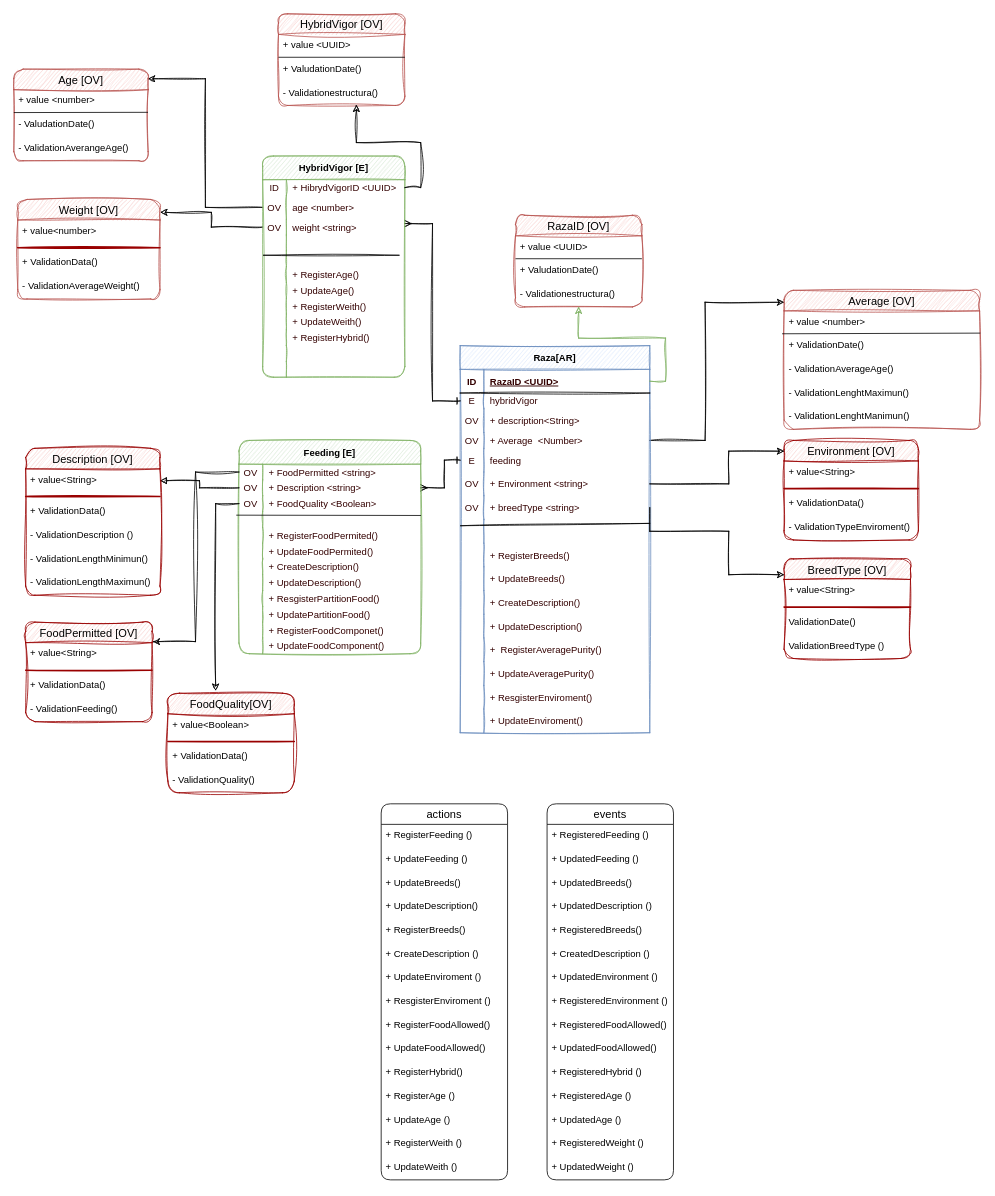
training-practice-sofkau/C1-2023-DDD-Colombia keeps this draw.io diagram as page "Razas <AR>" (3 of 6) of Ganadería DDD.drawio. Above is the earlier version. Source tidied: cells renumbered, new cells numbered last; positions are measured from the earlier drawing's top-left corner, leaving out a move shared by most shapes. Both pictures are drawn from the tidied source at 79%, with x=0, y=0 at pixel (13, 13).
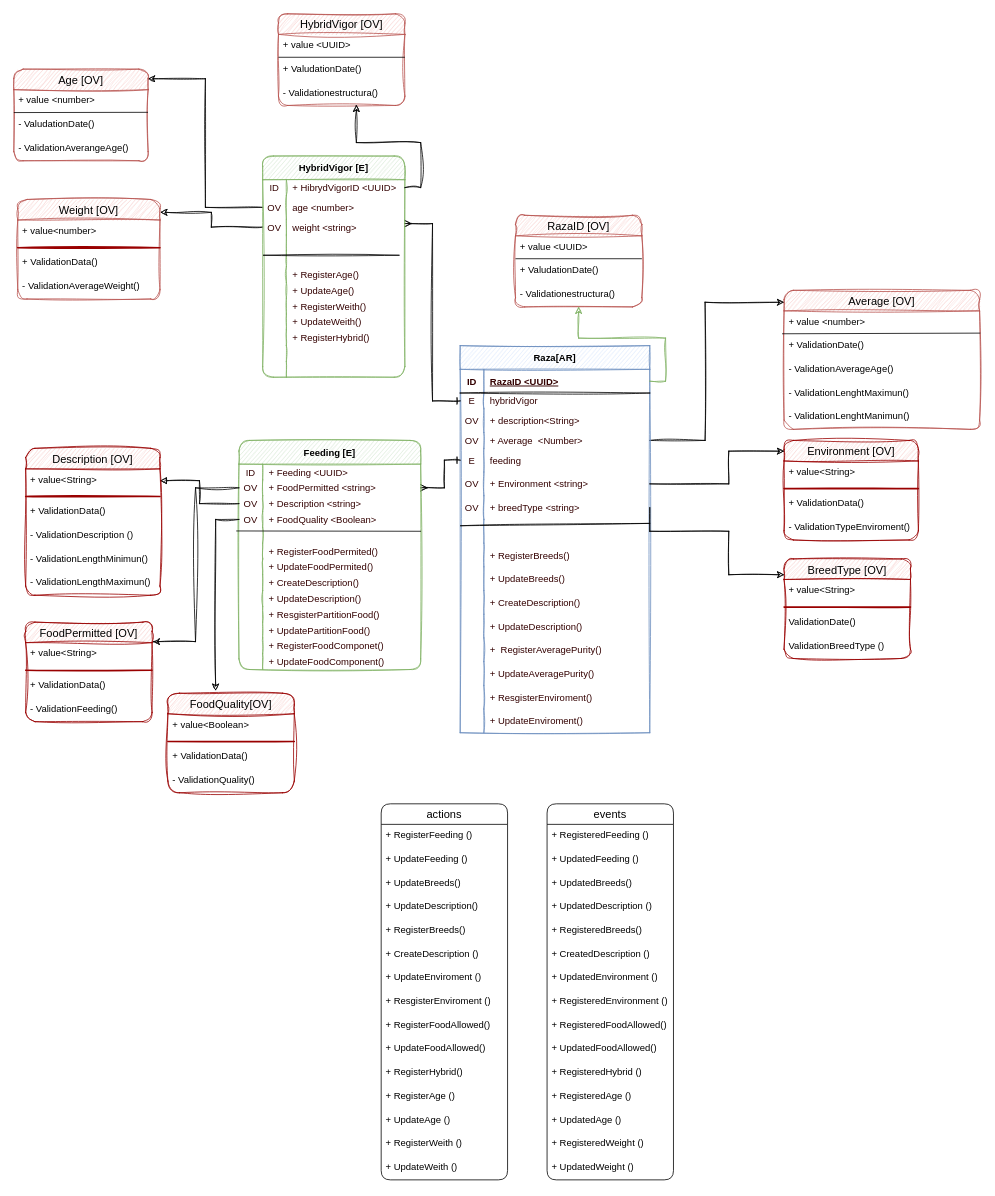
The same page after the edit.

The edit, as a diff of the source:
```diff
@@
     <mxCell id="56" value="Feeding [E]" style="shape=table;startSize=30;childLayout=tableLayout;rowLines=0;fontStyle=1;align=center;labelBackgroundColor=none;labelBorderColor=none;sketch=1;strokeColor=#82b366;fillColor=#d5e8d4;rounded=1;" parent="1" vertex="1">
-      <mxGeometry x="285" y="540" width="230" height="270" as="geometry" />
+      <mxGeometry x="285" y="540" width="230" height="290" as="geometry" />
     </mxCell>
+    <mxCell id="226" style="shape=tableRow;horizontal=0;startSize=0;swimlaneHead=0;swimlaneBody=0;fillColor=none;top=0;left=0;right=0;bottom=0;labelBackgroundColor=none;labelBorderColor=none;sketch=1;strokeColor=#000000;fontColor=#330000;" parent="56" vertex="1">
+      <mxGeometry y="30" width="230" height="20" as="geometry" />
+    </mxCell>
+    <mxCell id="227" value="ID" style="shape=partialRectangle;fillColor=none;top=0;left=0;bottom=0;right=0;overflow=hidden;labelBackgroundColor=none;labelBorderColor=none;sketch=1;strokeColor=#000000;fontColor=#330000;" parent="226" vertex="1">
+      <mxGeometry width="30" height="20" as="geometry" />
+    </mxCell>
+    <mxCell id="228" value="+ Feeding &lt;UUID&gt;" style="shape=partialRectangle;fillColor=none;top=0;left=0;bottom=0;right=0;align=left;spacingLeft=6;overflow=hidden;labelBackgroundColor=none;labelBorderColor=none;sketch=1;strokeColor=#000000;fontColor=#330000;" parent="226" vertex="1">
+      <mxGeometry x="30" width="200" height="20" as="geometry" />
+    </mxCell>
     <mxCell id="57" style="shape=tableRow;horizontal=0;startSize=0;swimlaneHead=0;swimlaneBody=0;fillColor=none;points=[[0,0.5],[1,0.5]];portConstraint=eastwest;top=0;left=0;right=0;bottom=0;labelBackgroundColor=none;labelBorderColor=none;sketch=1;strokeColor=#000000;fontColor=#330000;" parent="56" vertex="1">
-      <mxGeometry y="30" width="230" height="20" as="geometry" />
+      <mxGeometry y="50" width="230" height="20" as="geometry" />
     </mxCell>
@@
     <mxCell id="60" style="shape=tableRow;horizontal=0;startSize=0;swimlaneHead=0;swimlaneBody=0;fillColor=none;points=[[0,0.5],[1,0.5]];portConstraint=eastwest;top=0;left=0;right=0;bottom=0;labelBackgroundColor=none;labelBorderColor=none;sketch=1;strokeColor=#000000;fontColor=#330000;" parent="56" vertex="1">
-      <mxGeometry y="50" width="230" height="20" as="geometry" />
+      <mxGeometry y="70" width="230" height="20" as="geometry" />
     </mxCell>
@@
     <mxCell id="63" style="shape=tableRow;horizontal=0;startSize=0;swimlaneHead=0;swimlaneBody=0;fillColor=none;points=[[0,0.5],[1,0.5]];portConstraint=eastwest;top=0;left=0;right=0;bottom=0;labelBackgroundColor=none;labelBorderColor=none;sketch=1;strokeColor=#000000;fontColor=#330000;" parent="56" vertex="1">
-      <mxGeometry y="70" width="230" height="20" as="geometry" />
+      <mxGeometry y="90" width="230" height="20" as="geometry" />
     </mxCell>
@@
     <mxCell id="66" style="shape=tableRow;horizontal=0;startSize=0;swimlaneHead=0;swimlaneBody=0;fillColor=none;points=[[0,0.5],[1,0.5]];portConstraint=eastwest;top=0;left=0;right=0;bottom=0;labelBackgroundColor=none;labelBorderColor=none;sketch=1;strokeColor=#000000;fontColor=#330000;" parent="56" vertex="1">
-      <mxGeometry y="90" width="230" height="20" as="geometry" />
+      <mxGeometry y="110" width="230" height="20" as="geometry" />
     </mxCell>
@@
     <mxCell id="69" style="shape=tableRow;horizontal=0;startSize=0;swimlaneHead=0;swimlaneBody=0;fillColor=none;top=0;left=0;right=0;bottom=0;labelBackgroundColor=none;labelBorderColor=none;sketch=1;strokeColor=#000000;fontColor=#330000;" parent="56" vertex="1">
-      <mxGeometry y="110" width="230" height="20" as="geometry" />
+      <mxGeometry y="130" width="230" height="20" as="geometry" />
     </mxCell>
@@
     <mxCell id="72" style="shape=tableRow;horizontal=0;startSize=0;swimlaneHead=0;swimlaneBody=0;fillColor=none;top=0;left=0;right=0;bottom=0;labelBackgroundColor=none;labelBorderColor=none;sketch=1;strokeColor=#000000;fontColor=#330000;" parent="56" vertex="1">
-      <mxGeometry y="130" width="230" height="20" as="geometry" />
+      <mxGeometry y="150" width="230" height="20" as="geometry" />
     </mxCell>
@@
     <mxCell id="75" style="shape=tableRow;horizontal=0;startSize=0;swimlaneHead=0;swimlaneBody=0;fillColor=none;top=0;left=0;right=0;bottom=0;labelBackgroundColor=none;labelBorderColor=none;sketch=1;strokeColor=#000000;fontColor=#330000;" parent="56" vertex="1">
-      <mxGeometry y="150" width="230" height="20" as="geometry" />
+      <mxGeometry y="170" width="230" height="20" as="geometry" />
     </mxCell>
@@
     <mxCell id="79" style="shape=tableRow;horizontal=0;startSize=0;swimlaneHead=0;swimlaneBody=0;fillColor=none;top=0;left=0;right=0;bottom=0;labelBackgroundColor=none;labelBorderColor=none;sketch=1;strokeColor=#000000;fontColor=#330000;" parent="56" vertex="1">
-      <mxGeometry y="170" width="230" height="20" as="geometry" />
+      <mxGeometry y="190" width="230" height="20" as="geometry" />
     </mxCell>
@@
     <mxCell id="82" style="shape=tableRow;horizontal=0;startSize=0;swimlaneHead=0;swimlaneBody=0;fillColor=none;top=0;left=0;right=0;bottom=0;labelBackgroundColor=none;labelBorderColor=none;sketch=1;strokeColor=#000000;fontColor=#330000;" parent="56" vertex="1">
-      <mxGeometry y="190" width="230" height="20" as="geometry" />
+      <mxGeometry y="210" width="230" height="20" as="geometry" />
     </mxCell>
@@
     <mxCell id="85" style="shape=tableRow;horizontal=0;startSize=0;swimlaneHead=0;swimlaneBody=0;fillColor=none;top=0;left=0;right=0;bottom=0;labelBackgroundColor=none;labelBorderColor=none;sketch=1;strokeColor=#000000;fontColor=#330000;" parent="56" vertex="1">
-      <mxGeometry y="210" width="230" height="20" as="geometry" />
+      <mxGeometry y="230" width="230" height="20" as="geometry" />
     </mxCell>
@@
     <mxCell id="88" style="shape=tableRow;horizontal=0;startSize=0;swimlaneHead=0;swimlaneBody=0;fillColor=none;top=0;left=0;right=0;bottom=0;labelBackgroundColor=none;labelBorderColor=none;sketch=1;strokeColor=#000000;fontColor=#330000;" parent="56" vertex="1">
-      <mxGeometry y="230" width="230" height="20" as="geometry" />
+      <mxGeometry y="250" width="230" height="20" as="geometry" />
     </mxCell>
@@
     <mxCell id="91" style="shape=tableRow;horizontal=0;startSize=0;swimlaneHead=0;swimlaneBody=0;fillColor=none;top=0;left=0;right=0;bottom=0;labelBackgroundColor=none;labelBorderColor=none;sketch=1;strokeColor=#000000;fontColor=#330000;" parent="56" vertex="1">
-      <mxGeometry y="250" width="230" height="20" as="geometry" />
+      <mxGeometry y="270" width="230" height="20" as="geometry" />
     </mxCell>
```
